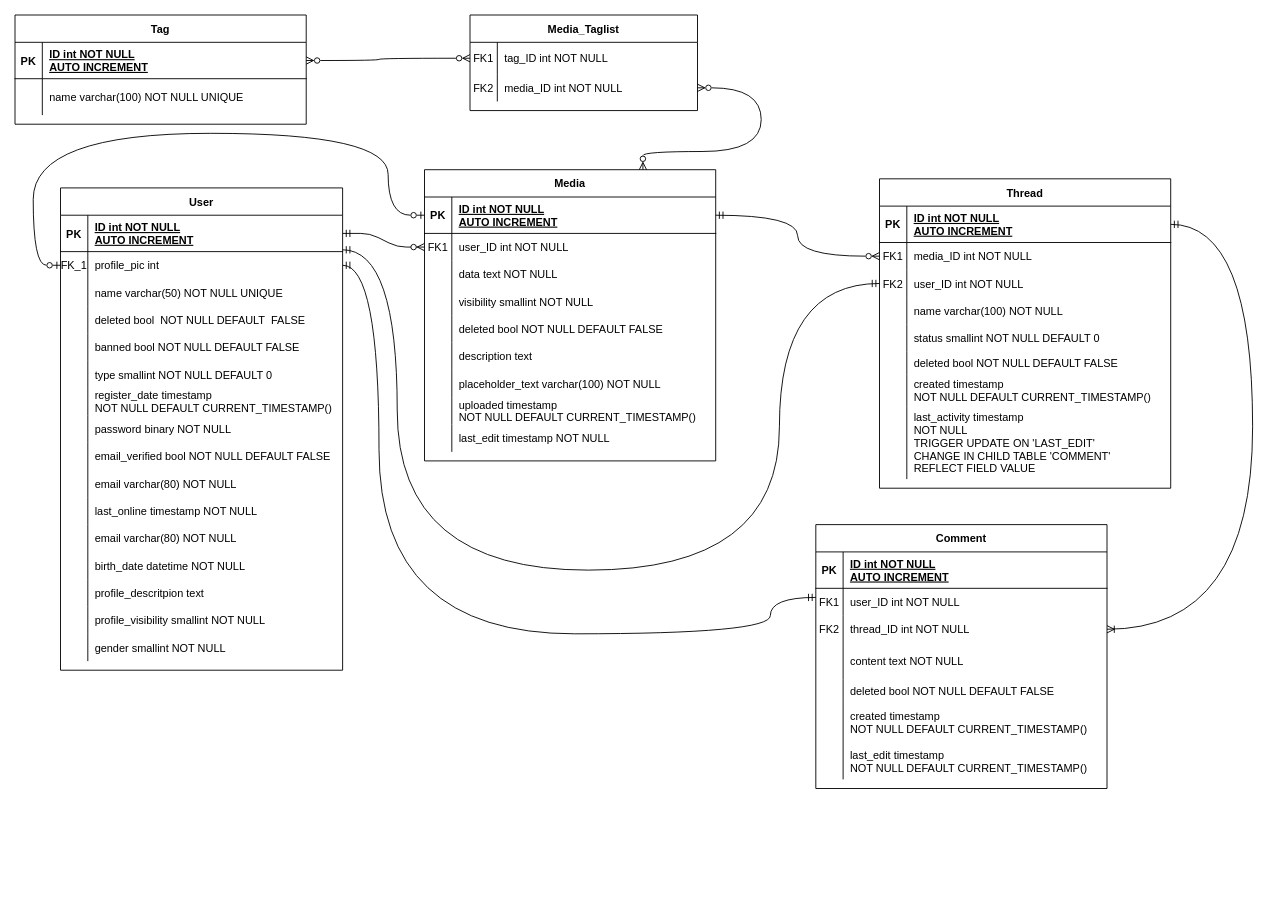
Before: docs/dev/db/appdiagramms/VisualPosting_R_schema_phase_02.drawio in gombosg21/vizsgaremek, a draw.io diagram. Source tidied: cells renumbered, new cells numbered last; positions are measured from the earlier drawing's top-left corner, leaving out a move shared by most shapes. Both pictures are drawn from the tidied source at 91%, with x=0, y=0 at pixel (15, 15).
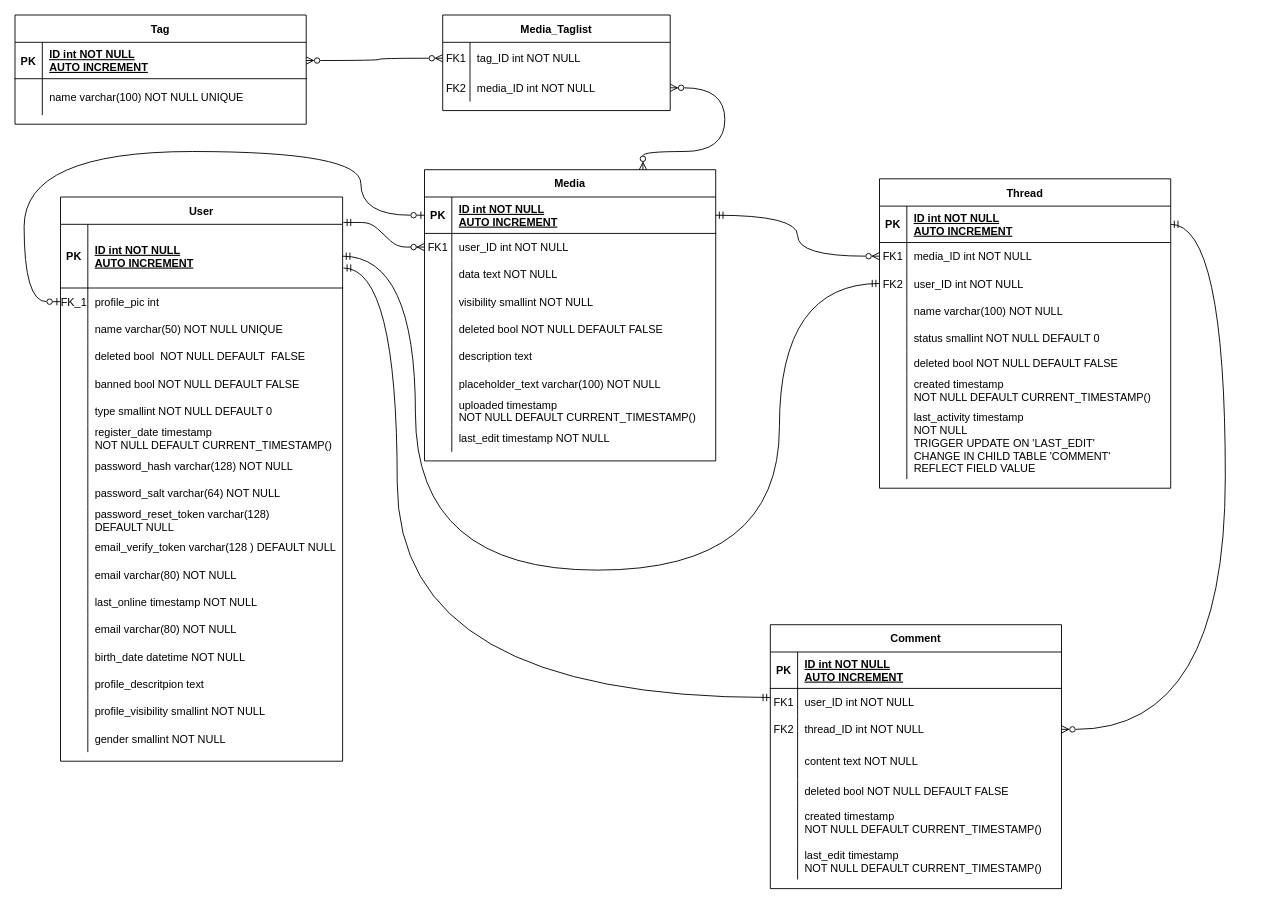
The same page after the edit.

Commit message (it also covers changes not shown here):
added technical fields

The change refers to these unchanged cells:
```xml
<mxCell id="3" value="Media" style="shape=table;startSize=30;childLayout=tableLayout;rowLines=0;fontStyle=1;align=center;" parent="1" vertex="1">
  <mxGeometry x="450" y="170" width="320" height="320" as="geometry" />
</mxCell>
<mxCell id="4" style="shape=partialRectangle;fillColor=none;points=[[0,0.5],[1,0.5]];portConstraint=eastwest;top=0;left=0;right=0;bottom=1;" parent="3" vertex="1">
  <mxGeometry y="30" width="320" height="40" as="geometry" />
</mxCell>
<mxCell id="7" style="shape=partialRectangle;fillColor=none;points=[[0,0.5],[1,0.5]];portConstraint=eastwest;top=0;left=0;right=0;bottom=0;" parent="3" vertex="1">
  <mxGeometry y="70" width="320" height="30" as="geometry" />
</mxCell>
<mxCell id="84" style="shape=partialRectangle;fillColor=none;points=[[0,0.5],[1,0.5]];portConstraint=eastwest;top=0;left=0;right=0;bottom=0;" parent="80" vertex="1">
  <mxGeometry y="65" width="250" height="30" as="geometry" />
</mxCell>
<mxCell id="91" style="shape=partialRectangle;fillColor=none;points=[[0,0.5],[1,0.5]];portConstraint=eastwest;top=0;left=0;right=0;bottom=1;" parent="90" vertex="1">
  <mxGeometry y="30" width="320" height="40" as="geometry" />
</mxCell>
<mxCell id="94" style="shape=partialRectangle;fillColor=none;points=[[0,0.5],[1,0.5]];portConstraint=eastwest;top=0;left=0;right=0;bottom=0;" parent="90" vertex="1">
  <mxGeometry y="70" width="320" height="30" as="geometry" />
</mxCell>
<mxCell id="97" style="shape=partialRectangle;fillColor=none;points=[[0,0.5],[1,0.5]];portConstraint=eastwest;top=0;left=0;right=0;bottom=0;" parent="90" vertex="1">
  <mxGeometry y="100" width="320" height="30" as="geometry" />
</mxCell>
<mxCell id="119" style="shape=partialRectangle;fillColor=none;points=[[0,0.5],[1,0.5]];portConstraint=eastwest;top=0;left=0;right=0;bottom=0;" parent="115" vertex="1">
  <mxGeometry y="70" width="320" height="30" as="geometry" />
</mxCell>
<mxCell id="122" style="shape=partialRectangle;fillColor=none;points=[[0,0.5],[1,0.5]];portConstraint=eastwest;top=0;left=0;right=0;bottom=0;" parent="115" vertex="1">
  <mxGeometry y="100" width="320" height="30" as="geometry" />
</mxCell>
```

The edit, as a diff of the source:
```diff
@@
-    <mxCell id="2" style="edgeStyle=entityRelationEdgeStyle;endArrow=ERzeroToMany;startArrow=ERmandOne;endFill=1;startFill=0;" parent="1" edge="1" source="32" target="7">
+    <mxCell id="2" style="edgeStyle=entityRelationEdgeStyle;endArrow=ERzeroToMany;startArrow=ERmandOne;endFill=1;startFill=0;exitX=1.003;exitY=-0.029;exitDx=0;exitDy=0;exitPerimeter=0;" parent="1" edge="1" source="32" target="7">
       <mxGeometry relative="1" as="geometry" />
     </mxCell>
@@
     <mxCell id="31" value="User" style="shape=table;startSize=30;childLayout=tableLayout;rowLines=0;fontStyle=1;align=center;" parent="1" vertex="1">
-      <mxGeometry x="50" y="190" width="310" height="530" as="geometry" />
+      <mxGeometry x="50" y="200" width="310" height="620" as="geometry" />
     </mxCell>
     <mxCell id="32" style="shape=partialRectangle;fillColor=none;points=[[0,0.5],[1,0.5]];portConstraint=eastwest;top=0;left=0;right=0;bottom=1;" parent="31" vertex="1">
-      <mxGeometry y="30" width="310" height="40" as="geometry" />
+      <mxGeometry y="30" width="310" height="70" as="geometry" />
     </mxCell>
     <mxCell id="33" value="PK" style="shape=partialRectangle;overflow=hidden;fillColor=none;top=0;left=0;bottom=0;right=0;fontStyle=1;" parent="32" vertex="1">
-      <mxGeometry width="30" height="40" as="geometry" />
+      <mxGeometry width="30" height="70" as="geometry" />
     </mxCell>
     <mxCell id="34" value="ID int NOT NULL &#10;AUTO INCREMENT" style="shape=partialRectangle;overflow=hidden;fillColor=none;top=0;left=0;bottom=0;right=0;align=left;spacingLeft=6;fontStyle=5;" parent="32" vertex="1">
-      <mxGeometry x="30" width="280" height="40" as="geometry" />
+      <mxGeometry x="30" width="280" height="70" as="geometry" />
     </mxCell>
     <mxCell id="35" style="shape=partialRectangle;fillColor=none;points=[[0,0.5],[1,0.5]];portConstraint=eastwest;top=0;left=0;right=0;bottom=0;" parent="31" vertex="1">
-      <mxGeometry y="70" width="310" height="30" as="geometry" />
+      <mxGeometry y="100" width="310" height="30" as="geometry" />
     </mxCell>
@@
     <mxCell id="38" style="shape=partialRectangle;fillColor=none;top=0;left=0;right=0;bottom=0;" parent="31" vertex="1">
-      <mxGeometry y="100" width="310" height="30" as="geometry" />
+      <mxGeometry y="130" width="310" height="30" as="geometry" />
     </mxCell>
@@
     <mxCell id="41" style="shape=partialRectangle;fillColor=none;top=0;left=0;right=0;bottom=0;" parent="31" vertex="1">
-      <mxGeometry y="130" width="310" height="30" as="geometry" />
+      <mxGeometry y="160" width="310" height="30" as="geometry" />
     </mxCell>
@@
     <mxCell id="44" style="shape=partialRectangle;fillColor=none;top=0;left=0;right=0;bottom=0;" parent="31" vertex="1">
-      <mxGeometry y="160" width="310" height="30" as="geometry" />
+      <mxGeometry y="190" width="310" height="30" as="geometry" />
     </mxCell>
@@
     <mxCell id="47" style="shape=partialRectangle;fillColor=none;top=0;left=0;right=0;bottom=0;" parent="31" vertex="1">
-      <mxGeometry y="190" width="310" height="30" as="geometry" />
+      <mxGeometry y="220" width="310" height="30" as="geometry" />
     </mxCell>
@@
     <mxCell id="50" style="shape=partialRectangle;fillColor=none;top=0;left=0;right=0;bottom=0;" parent="31" vertex="1">
-      <mxGeometry y="220" width="310" height="30" as="geometry" />
+      <mxGeometry y="250" width="310" height="30" as="geometry" />
     </mxCell>
@@
+    <mxCell id="148" style="shape=partialRectangle;fillColor=none;top=0;left=0;right=0;bottom=0;" parent="31" vertex="1">
+      <mxGeometry y="280" width="310" height="30" as="geometry" />
+    </mxCell>
+    <mxCell id="149" style="shape=partialRectangle;overflow=hidden;fillColor=none;top=0;left=0;bottom=0;right=0;" parent="148" vertex="1">
+      <mxGeometry width="30" height="30" as="geometry" />
+    </mxCell>
+    <mxCell id="150" value="password_hash varchar(128) NOT NULL" style="shape=partialRectangle;overflow=hidden;fillColor=none;top=0;left=0;bottom=0;right=0;align=left;spacingLeft=6;" parent="148" vertex="1">
+      <mxGeometry x="30" width="280" height="30" as="geometry" />
+    </mxCell>
     <mxCell id="53" style="shape=partialRectangle;fillColor=none;top=0;left=0;right=0;bottom=0;" parent="31" vertex="1">
-      <mxGeometry y="250" width="310" height="30" as="geometry" />
+      <mxGeometry y="310" width="310" height="30" as="geometry" />
     </mxCell>
@@
-    <mxCell id="55" value="password binary NOT NULL" style="shape=partialRectangle;overflow=hidden;fillColor=none;top=0;left=0;bottom=0;right=0;align=left;spacingLeft=6;" parent="53" vertex="1">
+    <mxCell id="55" value="password_salt varchar(64) NOT NULL" style="shape=partialRectangle;overflow=hidden;fillColor=none;top=0;left=0;bottom=0;right=0;align=left;spacingLeft=6;" parent="53" vertex="1">
       <mxGeometry x="30" width="280" height="30" as="geometry" />
     </mxCell>
+    <mxCell id="151" style="shape=partialRectangle;fillColor=none;top=0;left=0;right=0;bottom=0;" parent="31" vertex="1">
+      <mxGeometry y="340" width="310" height="30" as="geometry" />
+    </mxCell>
+    <mxCell id="152" style="shape=partialRectangle;overflow=hidden;fillColor=none;top=0;left=0;bottom=0;right=0;" parent="151" vertex="1">
+      <mxGeometry width="30" height="30" as="geometry" />
+    </mxCell>
+    <mxCell id="153" value="password_reset_token varchar(128) &#10;DEFAULT NULL" style="shape=partialRectangle;overflow=hidden;fillColor=none;top=0;left=0;bottom=0;right=0;align=left;spacingLeft=6;" parent="151" vertex="1">
+      <mxGeometry x="30" width="280" height="30" as="geometry" />
+    </mxCell>
     <mxCell id="56" style="shape=partialRectangle;fillColor=none;top=0;left=0;right=0;bottom=0;" parent="31" vertex="1">
-      <mxGeometry y="280" width="310" height="30" as="geometry" />
+      <mxGeometry y="370" width="310" height="30" as="geometry" />
     </mxCell>
@@
-    <mxCell id="58" value="email_verified bool NOT NULL DEFAULT FALSE" style="shape=partialRectangle;overflow=hidden;fillColor=none;top=0;left=0;bottom=0;right=0;align=left;spacingLeft=6;" parent="56" vertex="1">
+    <mxCell id="58" value="email_verify_token varchar(128 ) DEFAULT NULL" style="shape=partialRectangle;overflow=hidden;fillColor=none;top=0;left=0;bottom=0;right=0;align=left;spacingLeft=6;" parent="56" vertex="1">
       <mxGeometry x="30" width="280" height="30" as="geometry" />
     </mxCell>
     <mxCell id="59" style="shape=partialRectangle;fillColor=none;top=0;left=0;right=0;bottom=0;" parent="31" vertex="1">
-      <mxGeometry y="310" width="310" height="30" as="geometry" />
+      <mxGeometry y="400" width="310" height="30" as="geometry" />
     </mxCell>
@@
     <mxCell id="62" style="shape=partialRectangle;fillColor=none;top=0;left=0;right=0;bottom=0;" parent="31" vertex="1">
-      <mxGeometry y="340" width="310" height="30" as="geometry" />
+      <mxGeometry y="430" width="310" height="30" as="geometry" />
     </mxCell>
@@
     <mxCell id="65" style="shape=partialRectangle;fillColor=none;top=0;left=0;right=0;bottom=0;" parent="31" vertex="1">
-      <mxGeometry y="370" width="310" height="30" as="geometry" />
+      <mxGeometry y="460" width="310" height="30" as="geometry" />
     </mxCell>
@@
     <mxCell id="68" style="shape=partialRectangle;fillColor=none;top=0;left=0;right=0;bottom=0;" parent="31" vertex="1">
-      <mxGeometry y="400" width="310" height="30" as="geometry" />
+      <mxGeometry y="490" width="310" height="30" as="geometry" />
     </mxCell>
@@
     <mxCell id="71" style="shape=partialRectangle;fillColor=none;top=0;left=0;right=0;bottom=0;" parent="31" vertex="1">
-      <mxGeometry y="430" width="310" height="30" as="geometry" />
+      <mxGeometry y="520" width="310" height="30" as="geometry" />
     </mxCell>
@@
     <mxCell id="74" style="shape=partialRectangle;fillColor=none;top=0;left=0;right=0;bottom=0;" parent="31" vertex="1">
-      <mxGeometry y="460" width="310" height="30" as="geometry" />
+      <mxGeometry y="550" width="310" height="30" as="geometry" />
     </mxCell>
@@
     <mxCell id="77" style="shape=partialRectangle;fillColor=none;top=0;left=0;right=0;bottom=0;" parent="31" vertex="1">
-      <mxGeometry y="490" width="310" height="30" as="geometry" />
+      <mxGeometry y="580" width="310" height="30" as="geometry" />
     </mxCell>
@@
     <mxCell id="80" value="Media_Taglist" style="shape=table;startSize=30;childLayout=tableLayout;rowLines=0;fontStyle=1;align=center;" parent="1" vertex="1">
-      <mxGeometry x="500" width="250" height="105" as="geometry" />
+      <mxGeometry x="470" width="250" height="105" as="geometry" />
     </mxCell>
@@
     <mxCell id="88" style="edgeStyle=orthogonalEdgeStyle;curved=1;rounded=0;jettySize=auto;html=1;exitX=1;exitY=0.5;exitDx=0;exitDy=0;startArrow=ERzeroToMany;startFill=0;endArrow=ERzeroToMany;endFill=0;entryX=0.75;entryY=0;entryDx=0;entryDy=0;" parent="1" edge="1" source="84" target="3">
       <mxGeometry relative="1" as="geometry">
         <Array as="points">
-          <mxPoint x="820" y="80" />
-          <mxPoint x="820" y="150" />
+          <mxPoint x="780" y="80" />
+          <mxPoint x="780" y="150" />
           <mxPoint x="690" y="150" />
         </Array>
       </mxGeometry>
     </mxCell>
     <mxCell id="89" style="edgeStyle=orthogonalEdgeStyle;rounded=0;jettySize=auto;html=1;exitX=0;exitY=0.5;exitDx=0;exitDy=0;startArrow=ERzeroToOne;startFill=0;endArrow=ERzeroToOne;endFill=0;curved=1;entryX=0;entryY=0.5;entryDx=0;entryDy=0;" parent="1" edge="1" source="35" target="4">
       <mxGeometry relative="1" as="geometry">
         <Array as="points">
-          <mxPoint x="20" y="275" />
-          <mxPoint x="20" y="130" />
-          <mxPoint x="410" y="130" />
-          <mxPoint x="410" y="220" />
+          <mxPoint x="10" y="315" />
+          <mxPoint x="10" y="150" />
+          <mxPoint x="380" y="150" />
+          <mxPoint x="380" y="220" />
         </Array>
       </mxGeometry>
     </mxCell>
@@
     <mxCell id="115" value="Comment" style="shape=table;startSize=30;childLayout=tableLayout;rowLines=0;fontStyle=1;align=center;" parent="1" vertex="1">
-      <mxGeometry x="880" y="560" width="320" height="290" as="geometry" />
+      <mxGeometry x="830" y="670" width="320" height="290" as="geometry" />
     </mxCell>
@@
-    <mxCell id="137" style="edgeStyle=orthogonalEdgeStyle;rounded=0;jettySize=auto;html=1;exitX=0;exitY=0.5;exitDx=0;exitDy=0;startArrow=ERzeroToMany;startFill=0;endArrow=ERmandOne;endFill=0;curved=1;" parent="1" edge="1" source="94" target="4">
+    <mxCell id="137" style="edgeStyle=orthogonalEdgeStyle;rounded=0;jettySize=auto;html=1;exitX=0;exitY=0.5;exitDx=0;exitDy=0;startArrow=ERzeroToMany;startFill=0;endArrow=ERmandOne;endFill=0;curved=1;entryX=1;entryY=0.5;entryDx=0;entryDy=0;" parent="1" edge="1" source="94" target="4">
       <mxGeometry relative="1" as="geometry" />
     </mxCell>
-    <mxCell id="138" style="edgeStyle=orthogonalEdgeStyle;curved=1;rounded=0;jettySize=auto;html=1;exitX=1;exitY=0.5;exitDx=0;exitDy=0;entryX=1;entryY=0.5;entryDx=0;entryDy=0;startArrow=ERoneToMany;startFill=0;endArrow=ERmandOne;endFill=0;" parent="1" edge="1" source="122" target="91">
+    <mxCell id="138" style="edgeStyle=orthogonalEdgeStyle;curved=1;rounded=0;jettySize=auto;html=1;entryX=1;entryY=0.5;entryDx=0;entryDy=0;startArrow=ERzeroToMany;startFill=0;endArrow=ERmandOne;endFill=0;exitX=1;exitY=0.5;exitDx=0;exitDy=0;" parent="1" edge="1" source="122" target="91">
       <mxGeometry relative="1" as="geometry">
         <Array as="points">
-          <mxPoint x="1360" y="675" />
-          <mxPoint x="1360" y="230" />
+          <mxPoint x="1330" y="785" />
+          <mxPoint x="1330" y="230" />
         </Array>
       </mxGeometry>
     </mxCell>
-    <mxCell id="139" style="edgeStyle=orthogonalEdgeStyle;curved=1;rounded=0;jettySize=auto;html=1;startArrow=ERmandOne;startFill=0;endArrow=ERmandOne;endFill=0;entryX=1;entryY=0.5;entryDx=0;entryDy=0;" parent="1" edge="1" source="119" target="35">
+    <mxCell id="139" style="edgeStyle=orthogonalEdgeStyle;curved=1;rounded=0;jettySize=auto;html=1;startArrow=ERmandOne;startFill=0;endArrow=ERmandOne;endFill=0;entryX=1.003;entryY=0.686;entryDx=0;entryDy=0;entryPerimeter=0;" parent="1" edge="1" source="119" target="32">
       <mxGeometry relative="1" as="geometry">
         <Array as="points">
-          <mxPoint x="830" y="640" />
-          <mxPoint x="830" y="680" />
-          <mxPoint x="400" y="680" />
-          <mxPoint x="400" y="275" />
+          <mxPoint x="420" y="750" />
+          <mxPoint x="420" y="278" />
         </Array>
       </mxGeometry>
     </mxCell>
-    <mxCell id="140" style="edgeStyle=orthogonalEdgeStyle;curved=1;rounded=0;jettySize=auto;html=1;exitX=0;exitY=0.5;exitDx=0;exitDy=0;entryX=1;entryY=-0.067;entryDx=0;entryDy=0;entryPerimeter=0;startArrow=ERmandOne;startFill=0;endArrow=ERmandOne;endFill=0;" parent="1" edge="1" source="97" target="35">
+    <mxCell id="140" style="edgeStyle=orthogonalEdgeStyle;curved=1;rounded=0;jettySize=auto;html=1;exitX=0;exitY=0.5;exitDx=0;exitDy=0;startArrow=ERmandOne;startFill=0;endArrow=ERmandOne;endFill=0;entryX=1;entryY=0.5;entryDx=0;entryDy=0;" parent="1" edge="1" source="97" target="32">
       <mxGeometry relative="1" as="geometry">
         <Array as="points">
           <mxPoint x="840" y="295" />
           <mxPoint x="840" y="610" />
-          <mxPoint x="420" y="610" />
-          <mxPoint x="420" y="258" />
+          <mxPoint x="440" y="610" />
+          <mxPoint x="440" y="265" />
         </Array>
       </mxGeometry>
     </mxCell>
```
